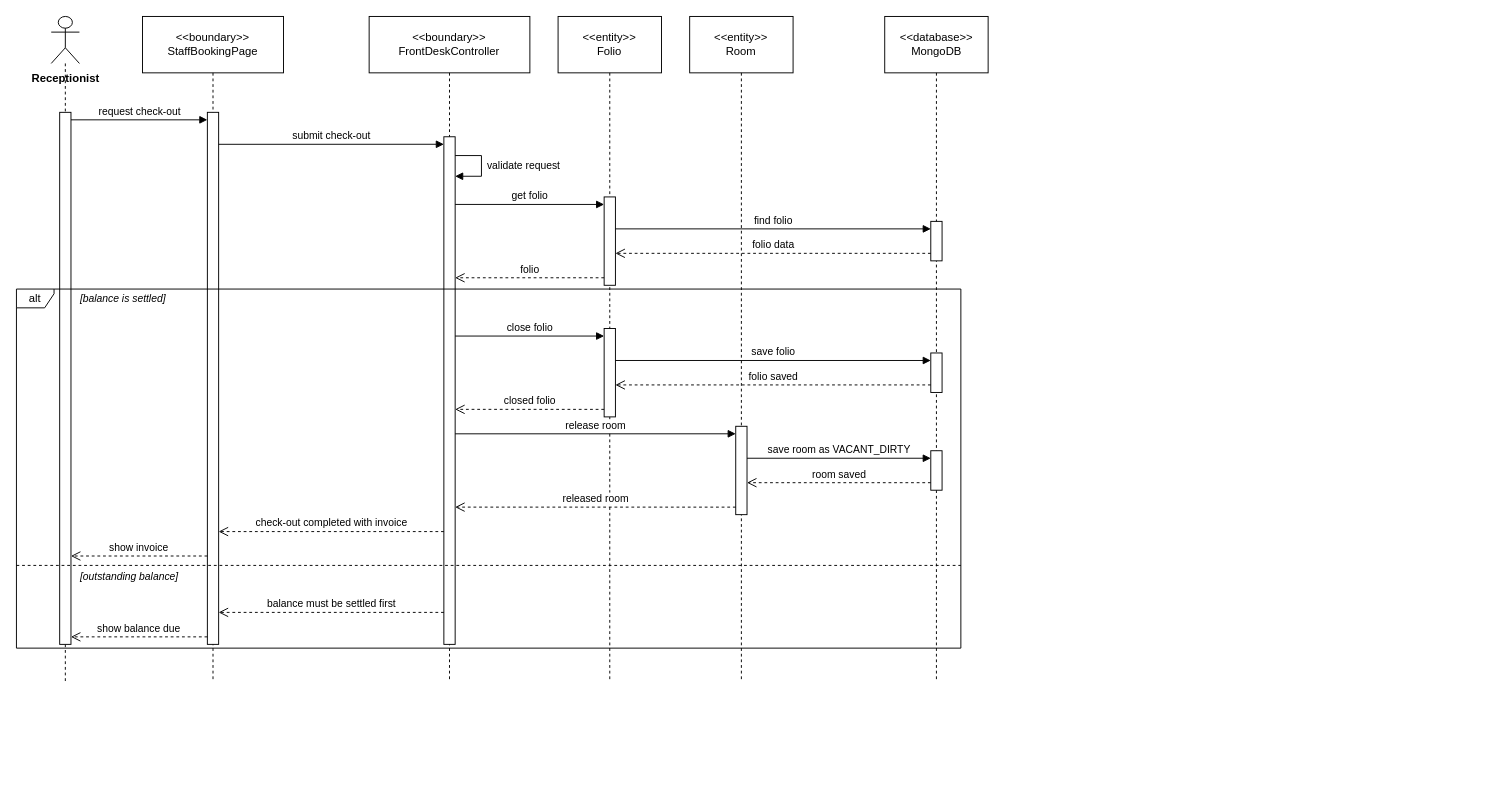
The draw.io diagram final/diagrams/M5_Front-Desk-And-HR_Diagrams/sequence_diagrams/SD-18_UC-R09_CheckOutGuest.drawio in toikobi401/SWD392, before the edit. Source tidied: cells renumbered, new cells numbered last; positions are measured from the earlier drawing's top-left corner, leaving out a move shared by most shapes. Both pictures are drawn from the tidied source at 94%, with x=0, y=0 at pixel (16, 16).
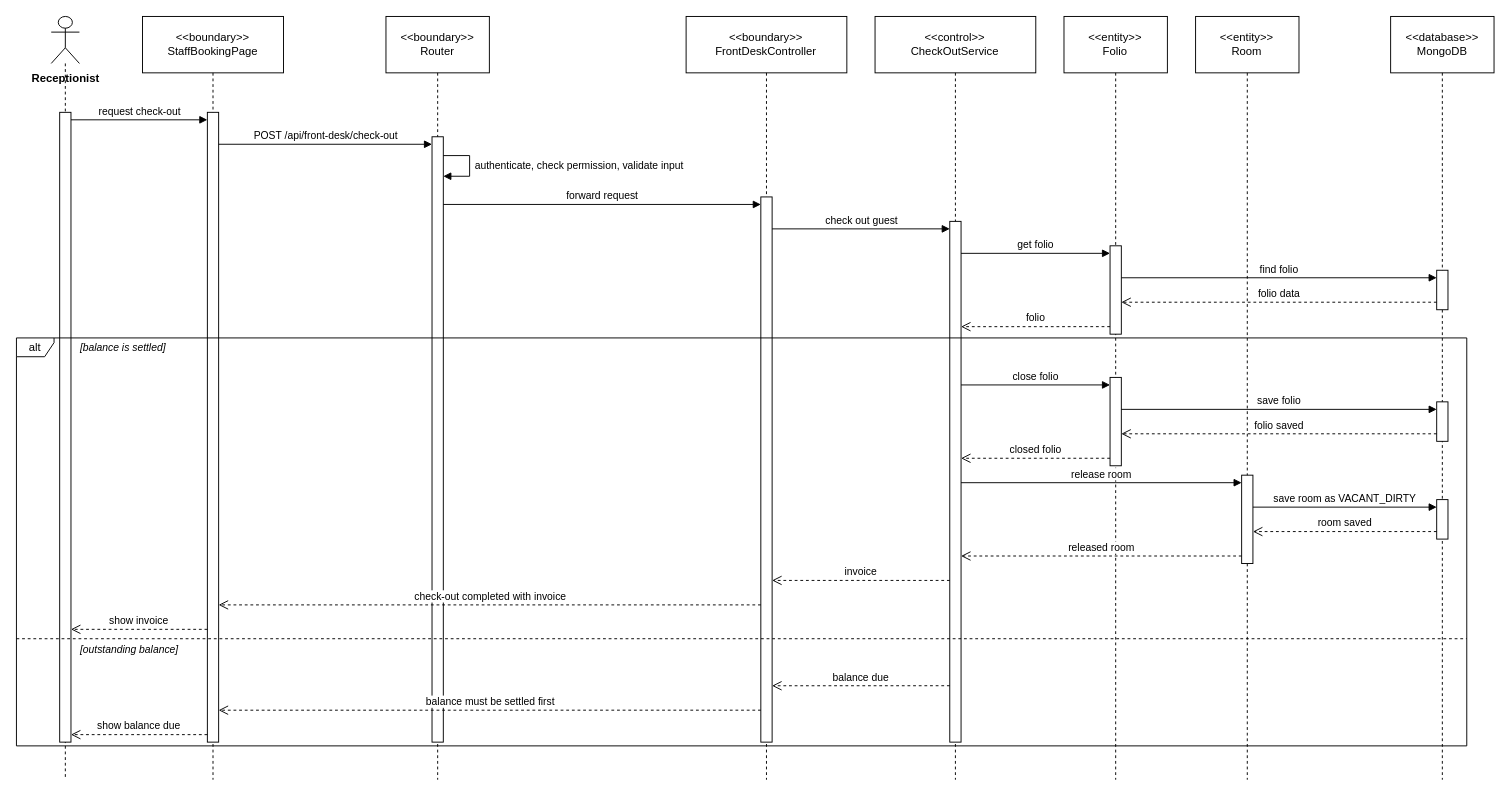
The same page after the edit.

Change to the diagram source:
```diff
@@
     <mxCell id="2" value="Receptionist" style="shape=umlLifeline;participant=umlActor;perimeter=lifelinePerimeter;whiteSpace=nowrap;html=1;verticalAlign=top;spacingTop=52;size=50;fontStyle=1;" parent="1" vertex="1">
-      <mxGeometry x="37" width="30" height="708" as="geometry" />
+      <mxGeometry x="37" width="30" height="812" as="geometry" />
     </mxCell>
     <mxCell id="3" value="&amp;lt;&amp;lt;boundary&amp;gt;&amp;gt;&lt;br&gt;StaffBookingPage" style="shape=umlLifeline;perimeter=lifelinePerimeter;whiteSpace=wrap;html=1;size=60;" parent="1" vertex="1">
-      <mxGeometry x="134.1" width="150" height="708" as="geometry" />
+      <mxGeometry x="134.1" width="150" height="812" as="geometry" />
     </mxCell>
+    <mxCell id="40" value="&amp;lt;&amp;lt;boundary&amp;gt;&amp;gt;&lt;br&gt;Router" style="shape=umlLifeline;perimeter=lifelinePerimeter;whiteSpace=wrap;html=1;size=60;" parent="1" vertex="1">
+      <mxGeometry x="393.1" width="110" height="812" as="geometry" />
+    </mxCell>
     <mxCell id="4" value="&amp;lt;&amp;lt;boundary&amp;gt;&amp;gt;&lt;br&gt;FrontDeskController" style="shape=umlLifeline;perimeter=lifelinePerimeter;whiteSpace=wrap;html=1;size=60;" parent="1" vertex="1">
-      <mxGeometry x="375.2" width="171" height="708" as="geometry" />
+      <mxGeometry x="712.4" width="171" height="812" as="geometry" />
     </mxCell>
+    <mxCell id="41" value="&amp;lt;&amp;lt;control&amp;gt;&amp;gt;&lt;br&gt;CheckOutService" style="shape=umlLifeline;perimeter=lifelinePerimeter;whiteSpace=wrap;html=1;size=60;" parent="1" vertex="1">
+      <mxGeometry x="913.4" width="171" height="812" as="geometry" />
+    </mxCell>
     <mxCell id="5" value="&amp;lt;&amp;lt;entity&amp;gt;&amp;gt;&lt;br&gt;Folio" style="shape=umlLifeline;perimeter=lifelinePerimeter;whiteSpace=wrap;html=1;size=60;" parent="1" vertex="1">
-      <mxGeometry x="576.2" width="110" height="708" as="geometry" />
+      <mxGeometry x="1114.4" width="110" height="812" as="geometry" />
     </mxCell>
     <mxCell id="6" value="&amp;lt;&amp;lt;entity&amp;gt;&amp;gt;&lt;br&gt;Room" style="shape=umlLifeline;perimeter=lifelinePerimeter;whiteSpace=wrap;html=1;size=60;" parent="1" vertex="1">
-      <mxGeometry x="716.2" width="110" height="708" as="geometry" />
+      <mxGeometry x="1254.4" width="110" height="812" as="geometry" />
     </mxCell>
     <mxCell id="7" value="&amp;lt;&amp;lt;database&amp;gt;&amp;gt;&lt;br&gt;MongoDB" style="shape=umlLifeline;perimeter=lifelinePerimeter;whiteSpace=wrap;html=1;size=60;" parent="1" vertex="1">
-      <mxGeometry x="923.7" width="110" height="708" as="geometry" />
+      <mxGeometry x="1461.9" width="110" height="812" as="geometry" />
     </mxCell>
     <mxCell id="8" style="html=1;points=[];perimeter=orthogonalPerimeter;outlineConnect=0;targetShapes=umlLifeline;portConstraint=eastwest;" parent="7" vertex="1">
-      <mxGeometry x="49" y="218" width="12" height="42" as="geometry" />
+      <mxGeometry x="49" y="270" width="12" height="42" as="geometry" />
     </mxCell>
     <mxCell id="9" style="html=1;points=[];perimeter=orthogonalPerimeter;outlineConnect=0;targetShapes=umlLifeline;portConstraint=eastwest;" parent="5" vertex="1">
-      <mxGeometry x="49" y="192" width="12" height="94" as="geometry" />
+      <mxGeometry x="49" y="244" width="12" height="94" as="geometry" />
     </mxCell>
     <mxCell id="10" style="html=1;points=[];perimeter=orthogonalPerimeter;outlineConnect=0;targetShapes=umlLifeline;portConstraint=eastwest;" parent="7" vertex="1">
-      <mxGeometry x="49" y="358" width="12" height="42" as="geometry" />
+      <mxGeometry x="49" y="410" width="12" height="42" as="geometry" />
     </mxCell>
     <mxCell id="11" style="html=1;points=[];perimeter=orthogonalPerimeter;outlineConnect=0;targetShapes=umlLifeline;portConstraint=eastwest;" parent="5" vertex="1">
-      <mxGeometry x="49" y="332" width="12" height="94" as="geometry" />
+      <mxGeometry x="49" y="384" width="12" height="94" as="geometry" />
     </mxCell>
     <mxCell id="12" style="html=1;points=[];perimeter=orthogonalPerimeter;outlineConnect=0;targetShapes=umlLifeline;portConstraint=eastwest;" parent="7" vertex="1">
-      <mxGeometry x="49" y="462" width="12" height="42" as="geometry" />
+      <mxGeometry x="49" y="514" width="12" height="42" as="geometry" />
     </mxCell>
     <mxCell id="13" style="html=1;points=[];perimeter=orthogonalPerimeter;outlineConnect=0;targetShapes=umlLifeline;portConstraint=eastwest;" parent="6" vertex="1">
-      <mxGeometry x="49" y="436" width="12" height="94" as="geometry" />
+      <mxGeometry x="49" y="488" width="12" height="94" as="geometry" />
     </mxCell>
-    <mxCell id="14" style="html=1;points=[];perimeter=orthogonalPerimeter;outlineConnect=0;targetShapes=umlLifeline;portConstraint=eastwest;" parent="4" vertex="1">
-      <mxGeometry x="79.5" y="128" width="12" height="540" as="geometry" />
-    </mxCell>
-    <mxCell id="15" style="html=1;points=[];perimeter=orthogonalPerimeter;outlineConnect=0;targetShapes=umlLifeline;portConstraint=eastwest;" parent="3" vertex="1">
-      <mxGeometry x="69" y="102" width="12" height="566" as="geometry" />
-    </mxCell>
-    <mxCell id="16" style="html=1;points=[];perimeter=orthogonalPerimeter;outlineConnect=0;targetShapes=umlLifeline;portConstraint=eastwest;" parent="2" vertex="1">
-      <mxGeometry x="9" y="102" width="12" height="566" as="geometry" />
-    </mxCell>
+    <mxCell id="42" style="html=1;points=[];perimeter=orthogonalPerimeter;outlineConnect=0;targetShapes=umlLifeline;portConstraint=eastwest;" parent="41" vertex="1">
+      <mxGeometry x="79.5" y="218" width="12" height="554" as="geometry" />
+    </mxCell>
+    <mxCell id="43" style="html=1;points=[];perimeter=orthogonalPerimeter;outlineConnect=0;targetShapes=umlLifeline;portConstraint=eastwest;" parent="4" vertex="1">
+      <mxGeometry x="79.5" y="192" width="12" height="580" as="geometry" />
+    </mxCell>
+    <mxCell id="44" style="html=1;points=[];perimeter=orthogonalPerimeter;outlineConnect=0;targetShapes=umlLifeline;portConstraint=eastwest;" parent="40" vertex="1">
+      <mxGeometry x="49" y="128" width="12" height="644" as="geometry" />
+    </mxCell>
+    <mxCell id="45" style="html=1;points=[];perimeter=orthogonalPerimeter;outlineConnect=0;targetShapes=umlLifeline;portConstraint=eastwest;" parent="3" vertex="1">
+      <mxGeometry x="69" y="102" width="12" height="670" as="geometry" />
+    </mxCell>
+    <mxCell id="46" style="html=1;points=[];perimeter=orthogonalPerimeter;outlineConnect=0;targetShapes=umlLifeline;portConstraint=eastwest;" parent="2" vertex="1">
+      <mxGeometry x="9" y="102" width="12" height="670" as="geometry" />
+    </mxCell>
     <mxCell id="17" value="alt" style="shape=umlFrame;whiteSpace=wrap;html=1;width=40;height=20;" parent="1" vertex="1">
-      <mxGeometry y="290" width="1004.7" height="382" as="geometry" />
+      <mxGeometry y="342" width="1542.9" height="434" as="geometry" />
     </mxCell>
     <mxCell id="18" style="endArrow=none;dashed=1;html=1;rounded=0;" parent="1" edge="1">
       <mxGeometry relative="1" as="geometry">
-        <mxPoint y="584" as="sourcePoint" />
-        <mxPoint x="1004.7" y="584" as="targetPoint" />
+        <mxPoint y="662" as="sourcePoint" />
+        <mxPoint x="1542.9" y="662" as="targetPoint" />
       </mxGeometry>
     </mxCell>
     <mxCell id="19" value="[balance is settled]" style="text;html=1;align=left;verticalAlign=middle;whiteSpace=nowrap;fontSize=11;fontStyle=2;labelBackgroundColor=#ffffff;" parent="1" vertex="1">
-      <mxGeometry x="66" y="290" width="125.4" height="20" as="geometry" />
+      <mxGeometry x="66" y="342" width="125.4" height="20" as="geometry" />
     </mxCell>
     <mxCell id="20" value="[outstanding balance]" style="text;html=1;align=left;verticalAlign=middle;whiteSpace=nowrap;fontSize=11;fontStyle=2;labelBackgroundColor=#ffffff;" parent="1" vertex="1">
-      <mxGeometry x="66" y="586" width="131.7" height="20" as="geometry" />
+      <mxGeometry x="66" y="664" width="131.7" height="20" as="geometry" />
     </mxCell>
-    <mxCell id="21" value="request check-out" style="html=1;verticalAlign=bottom;rounded=0;fontSize=11;endArrow=block;endFill=1;exitX=1;exitY=0.0141;exitDx=0;exitDy=0;exitPerimeter=0;entryX=0;entryY=0.0141;entryDx=0;entryDy=0;entryPerimeter=0;" parent="1" edge="1" source="16" target="15">
+    <mxCell id="21" value="request check-out" style="html=1;verticalAlign=bottom;rounded=0;fontSize=11;endArrow=block;endFill=1;exitX=1;exitY=0.0119;exitDx=0;exitDy=0;exitPerimeter=0;entryX=0;entryY=0.0119;entryDx=0;entryDy=0;entryPerimeter=0;" parent="1" edge="1" source="46" target="45">
       <mxGeometry relative="1" as="geometry" />
     </mxCell>
-    <mxCell id="22" value="submit check-out" style="html=1;verticalAlign=bottom;rounded=0;fontSize=11;endArrow=block;endFill=1;exitX=1;exitY=0.0601;exitDx=0;exitDy=0;exitPerimeter=0;entryX=0;entryY=0.0148;entryDx=0;entryDy=0;entryPerimeter=0;" parent="1" edge="1" source="15" target="14">
+    <mxCell id="22" value="POST /api/front-desk/check-out" style="html=1;verticalAlign=bottom;rounded=0;fontSize=11;endArrow=block;endFill=1;exitX=1;exitY=0.0507;exitDx=0;exitDy=0;exitPerimeter=0;entryX=0;entryY=0.0124;entryDx=0;entryDy=0;entryPerimeter=0;" parent="1" edge="1" source="45" target="44">
       <mxGeometry relative="1" as="geometry" />
     </mxCell>
-    <mxCell id="23" value="validate request" style="html=1;align=left;spacingLeft=4;verticalAlign=middle;endArrow=block;endFill=1;rounded=0;fontSize=11;exitX=1;exitY=0.037;exitDx=0;exitDy=0;exitPerimeter=0;entryX=1;entryY=0.0778;entryDx=0;entryDy=0;entryPerimeter=0;" parent="1" edge="1" source="14" target="14">
+    <mxCell id="23" value="authenticate, check permission, validate input" style="html=1;align=left;spacingLeft=4;verticalAlign=middle;endArrow=block;endFill=1;rounded=0;fontSize=11;exitX=1;exitY=0.0311;exitDx=0;exitDy=0;exitPerimeter=0;entryX=1;entryY=0.0652;entryDx=0;entryDy=0;entryPerimeter=0;" parent="1" edge="1" source="44" target="44">
       <mxGeometry relative="1" as="geometry">
         <Array as="points">
-          <mxPoint x="494.7" y="148" />
-          <mxPoint x="494.7" y="170" />
+          <mxPoint x="482.1" y="148" />
+          <mxPoint x="482.1" y="170" />
         </Array>
       </mxGeometry>
     </mxCell>
-    <mxCell id="24" value="get folio" style="html=1;verticalAlign=bottom;rounded=0;fontSize=11;endArrow=block;endFill=1;exitX=1;exitY=0.1333;exitDx=0;exitDy=0;exitPerimeter=0;entryX=0;entryY=0.0851;entryDx=0;entryDy=0;entryPerimeter=0;" parent="1" edge="1" source="14" target="9">
+    <mxCell id="24" value="forward request" style="html=1;verticalAlign=bottom;rounded=0;fontSize=11;endArrow=block;endFill=1;exitX=1;exitY=0.1118;exitDx=0;exitDy=0;exitPerimeter=0;entryX=0;entryY=0.0138;entryDx=0;entryDy=0;entryPerimeter=0;" parent="1" edge="1" source="44" target="43">
       <mxGeometry relative="1" as="geometry" />
     </mxCell>
-    <mxCell id="25" value="find folio" style="html=1;verticalAlign=bottom;rounded=0;fontSize=11;endArrow=block;endFill=1;exitX=1;exitY=0.3617;exitDx=0;exitDy=0;exitPerimeter=0;entryX=0;entryY=0.1905;entryDx=0;entryDy=0;entryPerimeter=0;" parent="1" edge="1" source="9" target="8">
+    <mxCell id="25" value="check out guest" style="html=1;verticalAlign=bottom;rounded=0;fontSize=11;endArrow=block;endFill=1;exitX=1;exitY=0.0586;exitDx=0;exitDy=0;exitPerimeter=0;entryX=0;entryY=0.0144;entryDx=0;entryDy=0;entryPerimeter=0;" parent="1" edge="1" source="43" target="42">
       <mxGeometry relative="1" as="geometry" />
     </mxCell>
-    <mxCell id="26" value="folio data" style="html=1;verticalAlign=bottom;rounded=0;fontSize=11;dashed=1;endArrow=open;endSize=8;exitX=0;exitY=0.8095;exitDx=0;exitDy=0;exitPerimeter=0;entryX=1;entryY=0.6383;entryDx=0;entryDy=0;entryPerimeter=0;" parent="1" edge="1" source="8" target="9">
+    <mxCell id="26" value="get folio" style="html=1;verticalAlign=bottom;rounded=0;fontSize=11;endArrow=block;endFill=1;exitX=1;exitY=0.0614;exitDx=0;exitDy=0;exitPerimeter=0;entryX=0;entryY=0.0851;entryDx=0;entryDy=0;entryPerimeter=0;" parent="1" edge="1" source="42" target="9">
       <mxGeometry relative="1" as="geometry" />
     </mxCell>
-    <mxCell id="27" value="folio" style="html=1;verticalAlign=bottom;rounded=0;fontSize=11;dashed=1;endArrow=open;endSize=8;exitX=0;exitY=0.9149;exitDx=0;exitDy=0;exitPerimeter=0;entryX=1;entryY=0.2778;entryDx=0;entryDy=0;entryPerimeter=0;" parent="1" edge="1" source="9" target="14">
+    <mxCell id="27" value="find folio" style="html=1;verticalAlign=bottom;rounded=0;fontSize=11;endArrow=block;endFill=1;exitX=1;exitY=0.3617;exitDx=0;exitDy=0;exitPerimeter=0;entryX=0;entryY=0.1905;entryDx=0;entryDy=0;entryPerimeter=0;" parent="1" edge="1" source="9" target="8">
       <mxGeometry relative="1" as="geometry" />
     </mxCell>
-    <mxCell id="28" value="close folio" style="html=1;verticalAlign=bottom;rounded=0;fontSize=11;endArrow=block;endFill=1;exitX=1;exitY=0.3926;exitDx=0;exitDy=0;exitPerimeter=0;entryX=0;entryY=0.0851;entryDx=0;entryDy=0;entryPerimeter=0;" parent="1" edge="1" source="14" target="11">
+    <mxCell id="28" value="folio data" style="html=1;verticalAlign=bottom;rounded=0;fontSize=11;dashed=1;endArrow=open;endSize=8;exitX=0;exitY=0.8095;exitDx=0;exitDy=0;exitPerimeter=0;entryX=1;entryY=0.6383;entryDx=0;entryDy=0;entryPerimeter=0;" parent="1" edge="1" source="8" target="9">
       <mxGeometry relative="1" as="geometry" />
     </mxCell>
-    <mxCell id="29" value="save folio" style="html=1;verticalAlign=bottom;rounded=0;fontSize=11;endArrow=block;endFill=1;exitX=1;exitY=0.3617;exitDx=0;exitDy=0;exitPerimeter=0;entryX=0;entryY=0.1905;entryDx=0;entryDy=0;entryPerimeter=0;" parent="1" edge="1" source="11" target="10">
+    <mxCell id="29" value="folio" style="html=1;verticalAlign=bottom;rounded=0;fontSize=11;dashed=1;endArrow=open;endSize=8;exitX=0;exitY=0.9149;exitDx=0;exitDy=0;exitPerimeter=0;entryX=1;entryY=0.2022;entryDx=0;entryDy=0;entryPerimeter=0;" parent="1" edge="1" source="9" target="42">
       <mxGeometry relative="1" as="geometry" />
     </mxCell>
-    <mxCell id="30" value="folio saved" style="html=1;verticalAlign=bottom;rounded=0;fontSize=11;dashed=1;endArrow=open;endSize=8;exitX=0;exitY=0.8095;exitDx=0;exitDy=0;exitPerimeter=0;entryX=1;entryY=0.6383;entryDx=0;entryDy=0;entryPerimeter=0;" parent="1" edge="1" source="10" target="11">
+    <mxCell id="30" value="close folio" style="html=1;verticalAlign=bottom;rounded=0;fontSize=11;endArrow=block;endFill=1;exitX=1;exitY=0.3141;exitDx=0;exitDy=0;exitPerimeter=0;entryX=0;entryY=0.0851;entryDx=0;entryDy=0;entryPerimeter=0;" parent="1" edge="1" source="42" target="11">
       <mxGeometry relative="1" as="geometry" />
     </mxCell>
-    <mxCell id="31" value="closed folio" style="html=1;verticalAlign=bottom;rounded=0;fontSize=11;dashed=1;endArrow=open;endSize=8;exitX=0;exitY=0.9149;exitDx=0;exitDy=0;exitPerimeter=0;entryX=1;entryY=0.537;entryDx=0;entryDy=0;entryPerimeter=0;" parent="1" edge="1" source="11" target="14">
+    <mxCell id="31" value="save folio" style="html=1;verticalAlign=bottom;rounded=0;fontSize=11;endArrow=block;endFill=1;exitX=1;exitY=0.3617;exitDx=0;exitDy=0;exitPerimeter=0;entryX=0;entryY=0.1905;entryDx=0;entryDy=0;entryPerimeter=0;" parent="1" edge="1" source="11" target="10">
       <mxGeometry relative="1" as="geometry" />
     </mxCell>
-    <mxCell id="32" value="release room" style="html=1;verticalAlign=bottom;rounded=0;fontSize=11;endArrow=block;endFill=1;exitX=1;exitY=0.5852;exitDx=0;exitDy=0;exitPerimeter=0;entryX=0;entryY=0.0851;entryDx=0;entryDy=0;entryPerimeter=0;" parent="1" edge="1" source="14" target="13">
+    <mxCell id="32" value="folio saved" style="html=1;verticalAlign=bottom;rounded=0;fontSize=11;dashed=1;endArrow=open;endSize=8;exitX=0;exitY=0.8095;exitDx=0;exitDy=0;exitPerimeter=0;entryX=1;entryY=0.6383;entryDx=0;entryDy=0;entryPerimeter=0;" parent="1" edge="1" source="10" target="11">
       <mxGeometry relative="1" as="geometry" />
     </mxCell>
-    <mxCell id="33" value="save room as VACANT_DIRTY" style="html=1;verticalAlign=bottom;rounded=0;fontSize=11;endArrow=block;endFill=1;exitX=1;exitY=0.3617;exitDx=0;exitDy=0;exitPerimeter=0;entryX=0;entryY=0.1905;entryDx=0;entryDy=0;entryPerimeter=0;" parent="1" edge="1" source="13" target="12">
+    <mxCell id="33" value="closed folio" style="html=1;verticalAlign=bottom;rounded=0;fontSize=11;dashed=1;endArrow=open;endSize=8;exitX=0;exitY=0.9149;exitDx=0;exitDy=0;exitPerimeter=0;entryX=1;entryY=0.4549;entryDx=0;entryDy=0;entryPerimeter=0;" parent="1" edge="1" source="11" target="42">
       <mxGeometry relative="1" as="geometry" />
     </mxCell>
-    <mxCell id="34" value="room saved" style="html=1;verticalAlign=bottom;rounded=0;fontSize=11;dashed=1;endArrow=open;endSize=8;exitX=0;exitY=0.8095;exitDx=0;exitDy=0;exitPerimeter=0;entryX=1;entryY=0.6383;entryDx=0;entryDy=0;entryPerimeter=0;" parent="1" edge="1" source="12" target="13">
+    <mxCell id="34" value="release room" style="html=1;verticalAlign=bottom;rounded=0;fontSize=11;endArrow=block;endFill=1;exitX=1;exitY=0.5018;exitDx=0;exitDy=0;exitPerimeter=0;entryX=0;entryY=0.0851;entryDx=0;entryDy=0;entryPerimeter=0;" parent="1" edge="1" source="42" target="13">
       <mxGeometry relative="1" as="geometry" />
     </mxCell>
-    <mxCell id="35" value="released room" style="html=1;verticalAlign=bottom;rounded=0;fontSize=11;dashed=1;endArrow=open;endSize=8;exitX=0;exitY=0.9149;exitDx=0;exitDy=0;exitPerimeter=0;entryX=1;entryY=0.7296;entryDx=0;entryDy=0;entryPerimeter=0;" parent="1" edge="1" source="13" target="14">
+    <mxCell id="35" value="save room as VACANT_DIRTY" style="html=1;verticalAlign=bottom;rounded=0;fontSize=11;endArrow=block;endFill=1;exitX=1;exitY=0.3617;exitDx=0;exitDy=0;exitPerimeter=0;entryX=0;entryY=0.1905;entryDx=0;entryDy=0;entryPerimeter=0;" parent="1" edge="1" source="13" target="12">
       <mxGeometry relative="1" as="geometry" />
     </mxCell>
-    <mxCell id="36" value="check-out completed with invoice" style="html=1;verticalAlign=bottom;rounded=0;fontSize=11;dashed=1;endArrow=open;endSize=8;exitX=0;exitY=0.7778;exitDx=0;exitDy=0;exitPerimeter=0;entryX=1;entryY=0.788;entryDx=0;entryDy=0;entryPerimeter=0;" parent="1" edge="1" source="14" target="15">
+    <mxCell id="36" value="room saved" style="html=1;verticalAlign=bottom;rounded=0;fontSize=11;dashed=1;endArrow=open;endSize=8;exitX=0;exitY=0.8095;exitDx=0;exitDy=0;exitPerimeter=0;entryX=1;entryY=0.6383;entryDx=0;entryDy=0;entryPerimeter=0;" parent="1" edge="1" source="12" target="13">
       <mxGeometry relative="1" as="geometry" />
     </mxCell>
-    <mxCell id="37" value="show invoice" style="html=1;verticalAlign=bottom;rounded=0;fontSize=11;dashed=1;endArrow=open;endSize=8;exitX=0;exitY=0.8339;exitDx=0;exitDy=0;exitPerimeter=0;entryX=1;entryY=0.8339;entryDx=0;entryDy=0;entryPerimeter=0;" parent="1" edge="1" source="15" target="16">
+    <mxCell id="37" value="released room" style="html=1;verticalAlign=bottom;rounded=0;fontSize=11;dashed=1;endArrow=open;endSize=8;exitX=0;exitY=0.9149;exitDx=0;exitDy=0;exitPerimeter=0;entryX=1;entryY=0.6426;entryDx=0;entryDy=0;entryPerimeter=0;" parent="1" edge="1" source="13" target="42">
       <mxGeometry relative="1" as="geometry" />
     </mxCell>
-    <mxCell id="38" value="balance must be settled first" style="html=1;verticalAlign=bottom;rounded=0;fontSize=11;dashed=1;endArrow=open;endSize=8;exitX=0;exitY=0.937;exitDx=0;exitDy=0;exitPerimeter=0;entryX=1;entryY=0.9399;entryDx=0;entryDy=0;entryPerimeter=0;" parent="1" edge="1" source="14" target="15">
+    <mxCell id="38" value="invoice" style="html=1;verticalAlign=bottom;rounded=0;fontSize=11;dashed=1;endArrow=open;endSize=8;exitX=0;exitY=0.6895;exitDx=0;exitDy=0;exitPerimeter=0;entryX=1;entryY=0.7034;entryDx=0;entryDy=0;entryPerimeter=0;" parent="1" edge="1" source="42" target="43">
       <mxGeometry relative="1" as="geometry" />
     </mxCell>
-    <mxCell id="39" value="show balance due" style="html=1;verticalAlign=bottom;rounded=0;fontSize=11;dashed=1;endArrow=open;endSize=8;exitX=0;exitY=0.9859;exitDx=0;exitDy=0;exitPerimeter=0;entryX=1;entryY=0.9859;entryDx=0;entryDy=0;entryPerimeter=0;" parent="1" edge="1" source="15" target="16">
+    <mxCell id="39" value="check-out completed with invoice" style="html=1;verticalAlign=bottom;rounded=0;fontSize=11;dashed=1;endArrow=open;endSize=8;exitX=0;exitY=0.7483;exitDx=0;exitDy=0;exitPerimeter=0;entryX=1;entryY=0.7821;entryDx=0;entryDy=0;entryPerimeter=0;" parent="1" edge="1" source="43" target="45">
       <mxGeometry relative="1" as="geometry" />
     </mxCell>
+    <mxCell id="47" value="show invoice" style="html=1;verticalAlign=bottom;rounded=0;fontSize=11;dashed=1;endArrow=open;endSize=8;exitX=0;exitY=0.8209;exitDx=0;exitDy=0;exitPerimeter=0;entryX=1;entryY=0.8209;entryDx=0;entryDy=0;entryPerimeter=0;" parent="1" edge="1" source="45" target="46">
+      <mxGeometry relative="1" as="geometry" />
+    </mxCell>
+    <mxCell id="48" value="balance due" style="html=1;verticalAlign=bottom;rounded=0;fontSize=11;dashed=1;endArrow=open;endSize=8;exitX=0;exitY=0.8917;exitDx=0;exitDy=0;exitPerimeter=0;entryX=1;entryY=0.8966;entryDx=0;entryDy=0;entryPerimeter=0;" parent="1" edge="1" source="42" target="43">
+      <mxGeometry relative="1" as="geometry" />
+    </mxCell>
+    <mxCell id="49" value="balance must be settled first" style="html=1;verticalAlign=bottom;rounded=0;fontSize=11;dashed=1;endArrow=open;endSize=8;exitX=0;exitY=0.9414;exitDx=0;exitDy=0;exitPerimeter=0;entryX=1;entryY=0.9493;entryDx=0;entryDy=0;entryPerimeter=0;" parent="1" edge="1" source="43" target="45">
+      <mxGeometry relative="1" as="geometry" />
+    </mxCell>
+    <mxCell id="50" value="show balance due" style="html=1;verticalAlign=bottom;rounded=0;fontSize=11;dashed=1;endArrow=open;endSize=8;exitX=0;exitY=0.9881;exitDx=0;exitDy=0;exitPerimeter=0;entryX=1;entryY=0.9881;entryDx=0;entryDy=0;entryPerimeter=0;" parent="1" edge="1" source="45" target="46">
+      <mxGeometry relative="1" as="geometry" />
+    </mxCell>
```
